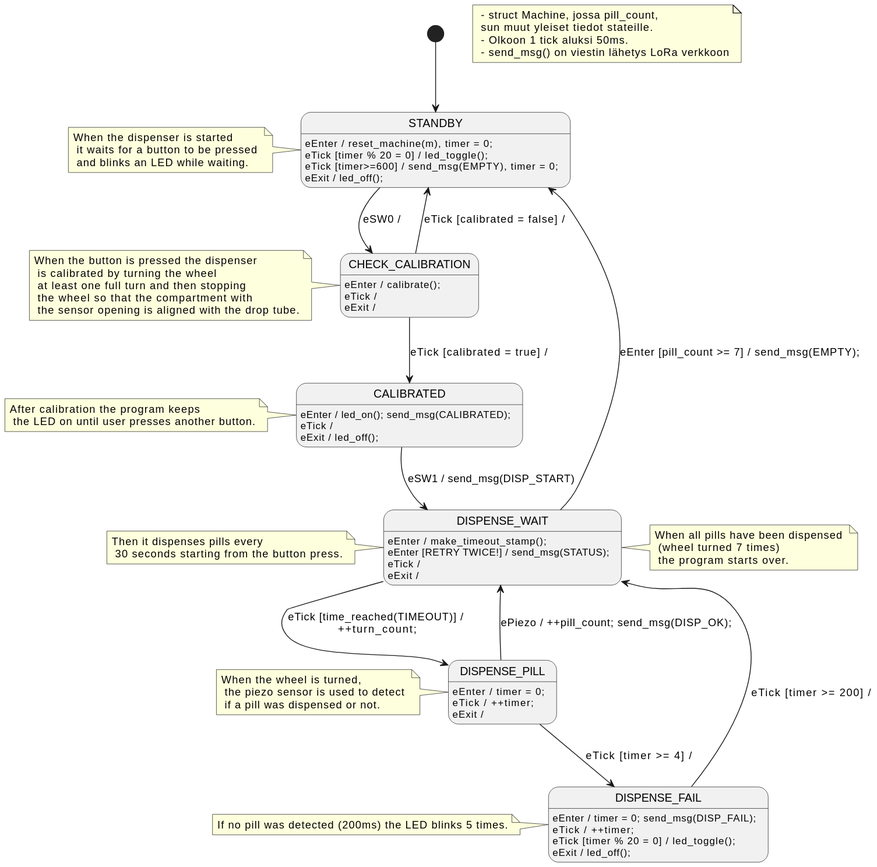
Above: out/minimum_state_diagram/Minimum State Machine.svg in aleksanteril/LAAKKEET (PlantUML), before the change.
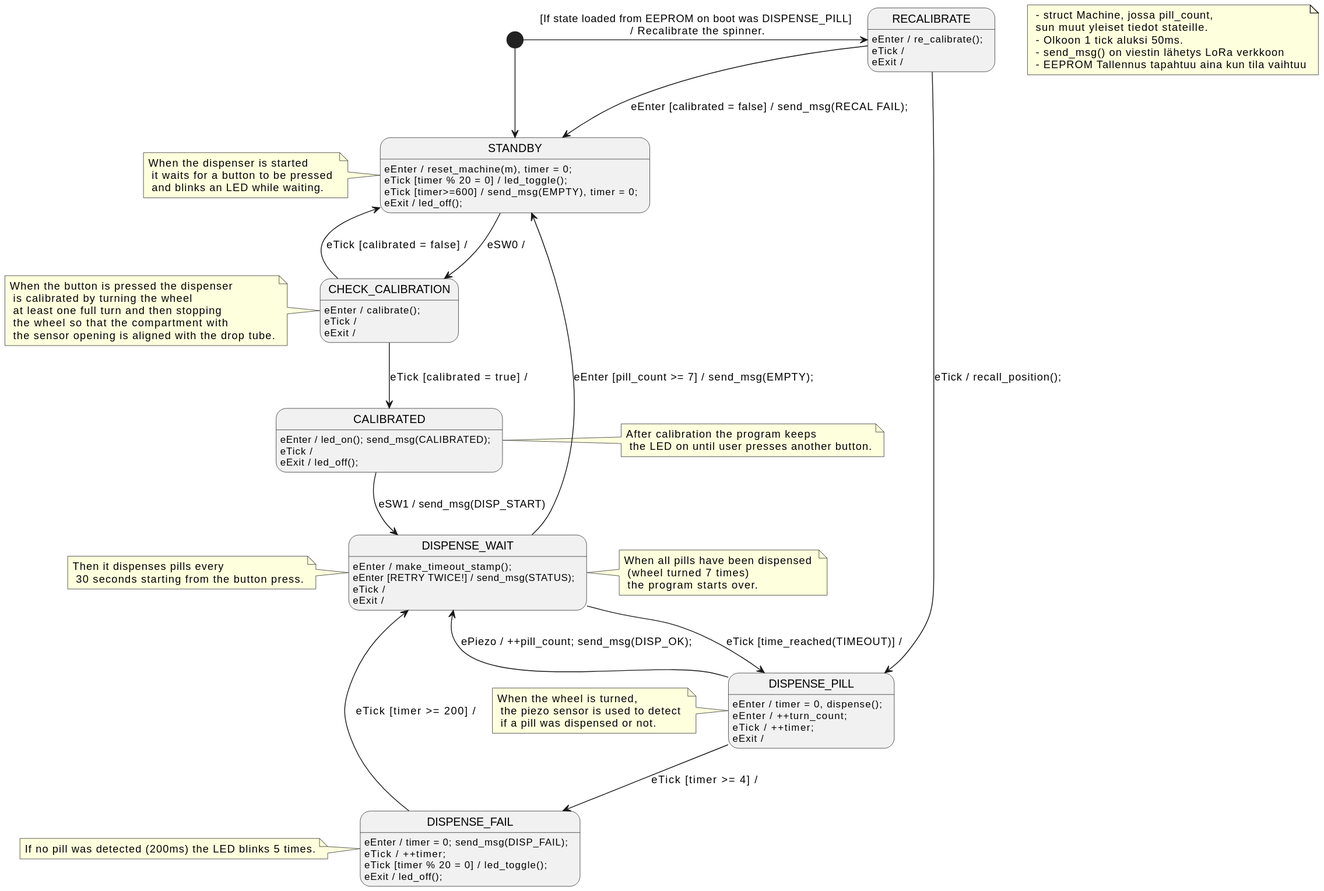
After the commit.

Commit message:
upd diagram

What changed in the source:
```diff
@@ -6,8 +6,15 @@
 STANDBY : eExit / led_off();
 STANDBY --> CHECK_CALIBRATION : eSW0 /
 
+[*] -> RECALIBRATE : [If state loaded from EEPROM on boot was DISPENSE_PILL]\n / Recalibrate the spinner.
+RECALIBRATE : eEnter / re_calibrate();
+RECALIBRATE : eTick /
+RECALIBRATE : eExit /
+RECALIBRATE --> STANDBY : eEnter [calibrated = false] / send_msg(RECAL FAIL);
+RECALIBRATE --> DISPENSE_PILL : eTick / recall_position();
 
-note " - struct Machine, jossa pill_count, \n sun muut yleiset tiedot stateille. \n - Olkoon 1 tick aluksi 50ms.\n - send_msg() on viestin lähetys LoRa verkkoon" as N1
+
+note " - struct Machine, jossa pill_count, \n sun muut yleiset tiedot stateille. \n - Olkoon 1 tick aluksi 50ms.\n - send_msg() on viestin lähetys LoRa verkkoon\n - EEPROM Tallennus tapahtuu aina kun tila vaihtuu" as N1
 note left of STANDBY : When the dispenser is started \n it waits for a button to be pressed \n and blinks an LED while waiting.
 
 CHECK_CALIBRATION : eEnter / calibrate();
@@ -29,13 +36,14 @@
 DISPENSE_WAIT : eEnter [RETRY TWICE!] / send_msg(STATUS);
 DISPENSE_WAIT : eTick /
 DISPENSE_WAIT : eExit /
-DISPENSE_WAIT --> DISPENSE_PILL : eTick [time_reached(TIMEOUT)] / \n++turn_count;
+DISPENSE_WAIT --> DISPENSE_PILL : eTick [time_reached(TIMEOUT)] /
 DISPENSE_WAIT --> STANDBY : eEnter [pill_count >= 7] / send_msg(EMPTY);
 
 note left of DISPENSE_WAIT : Then it dispenses pills every \n 30 seconds starting from the button press.
 note right of DISPENSE_WAIT : When all pills have been dispensed \n (wheel turned 7 times) \n the program starts over.
 
-DISPENSE_PILL : eEnter / timer = 0;
+DISPENSE_PILL : eEnter / timer = 0, dispense();
+DISPENSE_PILL : eEnter / ++turn_count;
 DISPENSE_PILL : eTick / ++timer;
 DISPENSE_PILL : eExit /
 DISPENSE_PILL --> DISPENSE_WAIT : ePiezo / ++pill_count; send_msg(DISP_OK);
```
